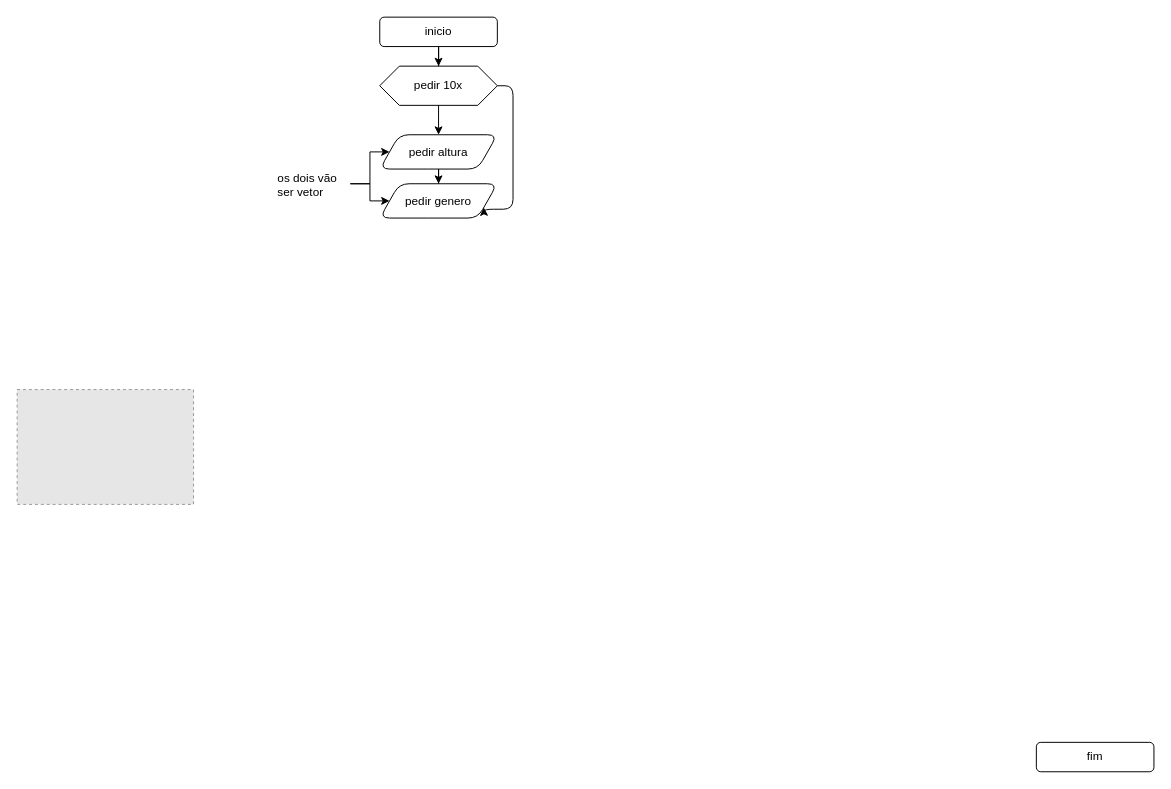
The draw.io diagram page "analise de grupo" (3 of 3) of codigos .drawio in Agata-Facci/Agata-Facci, before the edit. Source tidied: cells renumbered, new cells numbered last; positions are measured from the earlier drawing's top-left corner, leaving out a move shared by most shapes. Both pictures are drawn from the tidied source at 98%, with x=0, y=0 at pixel (17, 17). Pictures stored in the file or linked from it are replaced by grey dashed boxes.
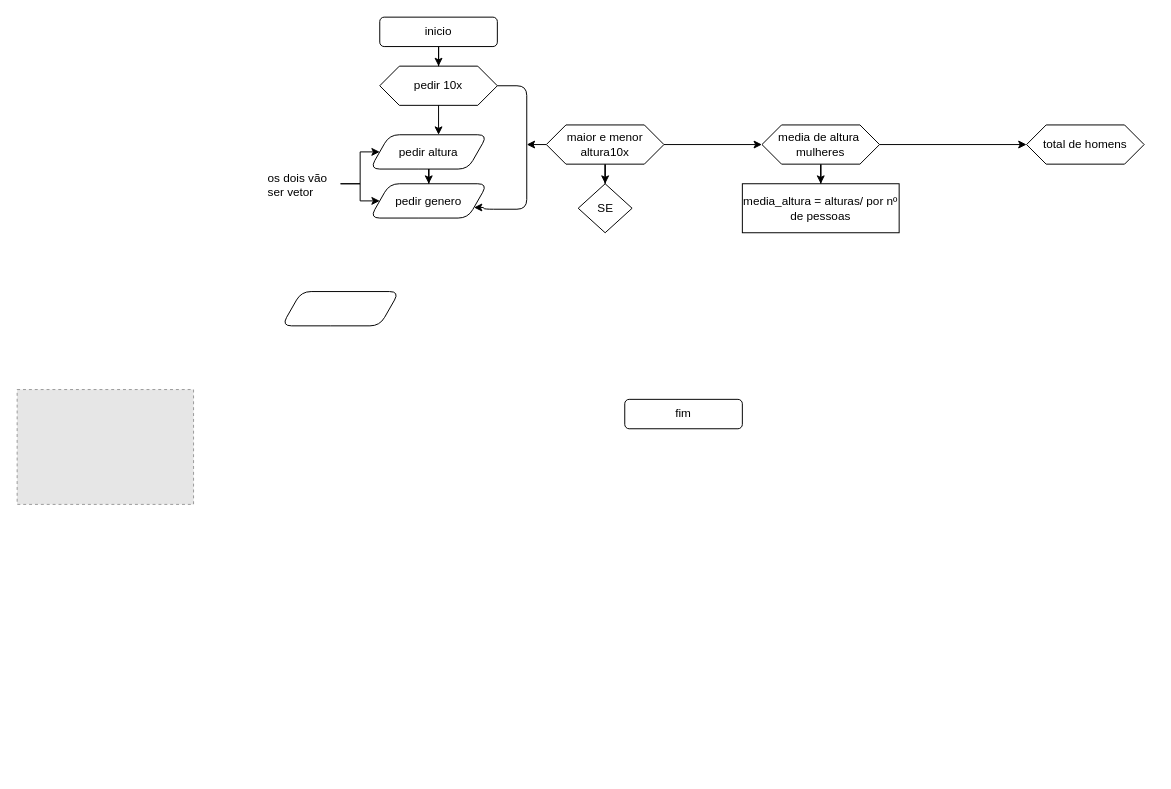
The same page after the edit.

The change refers to these unchanged cells:
```xml
<mxCell id="14" value="pedir 10x" style="shape=hexagon;perimeter=hexagonPerimeter2;whiteSpace=wrap;html=1;fixedSize=1;" parent="1" vertex="1">
  <mxGeometry x="370" y="50" width="120" height="40" as="geometry" />
</mxCell>
```

The edit, as a diff of the source:
```diff
@@
     <mxCell id="6" value="fim" style="rounded=1;whiteSpace=wrap;html=1;" parent="1" vertex="1">
-      <mxGeometry x="1040" y="740" width="120" height="30" as="geometry" />
+      <mxGeometry x="620" y="390" width="120" height="30" as="geometry" />
     </mxCell>
@@
     <mxCell id="8" value="pedir altura" style="shape=parallelogram;perimeter=parallelogramPerimeter;whiteSpace=wrap;html=1;fixedSize=1;rounded=1;" parent="1" vertex="1">
-      <mxGeometry x="370" y="120" width="120" height="35" as="geometry" />
+      <mxGeometry x="360" y="120" width="120" height="35" as="geometry" />
     </mxCell>
     <mxCell id="9" value="pedir genero" style="shape=parallelogram;perimeter=parallelogramPerimeter;whiteSpace=wrap;html=1;fixedSize=1;rounded=1;" parent="1" vertex="1">
-      <mxGeometry x="370" y="170" width="120" height="35" as="geometry" />
+      <mxGeometry x="360" y="170" width="120" height="35" as="geometry" />
     </mxCell>
@@
     <mxCell id="12" value="os dois vão ser vetor" style="text;strokeColor=none;fillColor=none;align=left;verticalAlign=middle;spacingLeft=4;spacingRight=4;overflow=hidden;points=[[0,0.5],[1,0.5]];portConstraint=eastwest;whiteSpace=wrap;html=1;" parent="1" vertex="1">
-      <mxGeometry x="260" y="155" width="80" height="30" as="geometry" />
+      <mxGeometry x="250" y="155" width="80" height="30" as="geometry" />
     </mxCell>
-    <mxCell id="13" style="edgeStyle=orthogonalEdgeStyle;rounded=1;jettySize=auto;html=1;libavoidRouting=1;entryX=1;entryY=0.75;entryDx=0;entryDy=0;" parent="1" edge="1" source="14" target="9">
+    <mxCell id="13" style="edgeStyle=orthogonalEdgeStyle;rounded=1;jettySize=auto;html=1;entryX=1;entryY=0.75;entryDx=0;entryDy=0;" parent="1" edge="1" source="14" target="9">
       <mxGeometry relative="1" as="geometry">
         <Array as="points">
-          <mxPoint x="506" y="70" />
-          <mxPoint x="506" y="196" />
+          <mxPoint x="520" y="70" />
+          <mxPoint x="520" y="196" />
+          <mxPoint x="476.2" y="196" />
         </Array>
       </mxGeometry>
     </mxCell>
@@
+    <mxCell id="15" style="shape=parallelogram;perimeter=parallelogramPerimeter;whiteSpace=wrap;html=1;fixedSize=1;rounded=1;" parent="1" vertex="1">
+      <mxGeometry x="270" y="280" width="120" height="35" as="geometry" />
+    </mxCell>
+    <mxCell id="16" style="edgeStyle=orthogonalEdgeStyle;rounded=0;jettySize=auto;html=1;" parent="1" edge="1" source="19">
+      <mxGeometry relative="1" as="geometry">
+        <mxPoint x="520" y="130" as="targetPoint" />
+      </mxGeometry>
+    </mxCell>
+    <mxCell id="17" style="edgeStyle=orthogonalEdgeStyle;rounded=0;jettySize=auto;html=1;" parent="1" edge="1" source="19" target="20">
+      <mxGeometry relative="1" as="geometry" />
+    </mxCell>
+    <mxCell id="18" style="edgeStyle=orthogonalEdgeStyle;rounded=0;jettySize=auto;html=1;entryX=0;entryY=0.5;entryDx=0;entryDy=0;" parent="1" edge="1" source="19" target="23">
+      <mxGeometry relative="1" as="geometry" />
+    </mxCell>
+    <mxCell id="19" value="maior e menor altura10x" style="shape=hexagon;perimeter=hexagonPerimeter2;whiteSpace=wrap;html=1;fixedSize=1;" parent="1" vertex="1">
+      <mxGeometry x="540" y="110" width="120" height="40" as="geometry" />
+    </mxCell>
+    <mxCell id="20" value="SE" style="rhombus;whiteSpace=wrap;html=1;" parent="1" vertex="1">
+      <mxGeometry x="572.5" y="170" width="55" height="50" as="geometry" />
+    </mxCell>
+    <mxCell id="21" style="edgeStyle=orthogonalEdgeStyle;rounded=0;jettySize=auto;html=1;" parent="1" edge="1" source="23" target="25">
+      <mxGeometry relative="1" as="geometry" />
+    </mxCell>
+    <mxCell id="22" style="edgeStyle=orthogonalEdgeStyle;rounded=0;jettySize=auto;html=1;exitX=1;exitY=0.5;exitDx=0;exitDy=0;entryX=0;entryY=0.5;entryDx=0;entryDy=0;" parent="1" edge="1" source="23" target="24">
+      <mxGeometry relative="1" as="geometry" />
+    </mxCell>
+    <mxCell id="23" value="media de altura&amp;nbsp;&lt;div&gt;mulheres&lt;/div&gt;" style="shape=hexagon;perimeter=hexagonPerimeter2;whiteSpace=wrap;html=1;fixedSize=1;" parent="1" vertex="1">
+      <mxGeometry x="760" y="110" width="120" height="40" as="geometry" />
+    </mxCell>
+    <mxCell id="24" value="total de homens" style="shape=hexagon;perimeter=hexagonPerimeter2;whiteSpace=wrap;html=1;fixedSize=1;" parent="1" vertex="1">
+      <mxGeometry x="1030" y="110" width="120" height="40" as="geometry" />
+    </mxCell>
+    <mxCell id="25" value="media_altura = alturas/ por nº de pessoas" style="whiteSpace=wrap;html=1;" parent="1" vertex="1">
+      <mxGeometry x="740" y="170" width="160" height="50" as="geometry" />
+    </mxCell>
```
